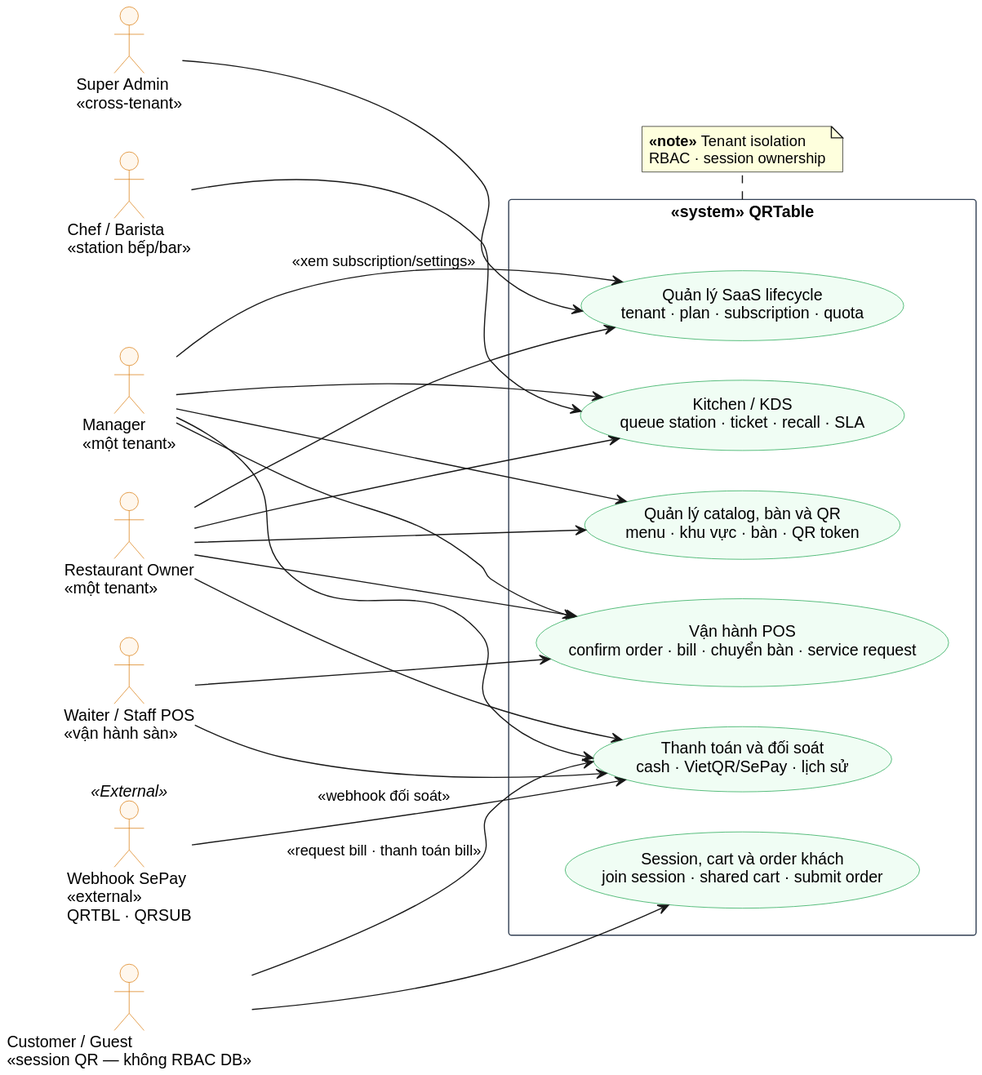
Before: docs/graduation-thesis-resources/thesis-report/assets/figures/chapter3-actor-use-case-overview.svg, a diagram exported from PlantUML (quan-vo-dinh/saas-pos-microservices-qrtable).
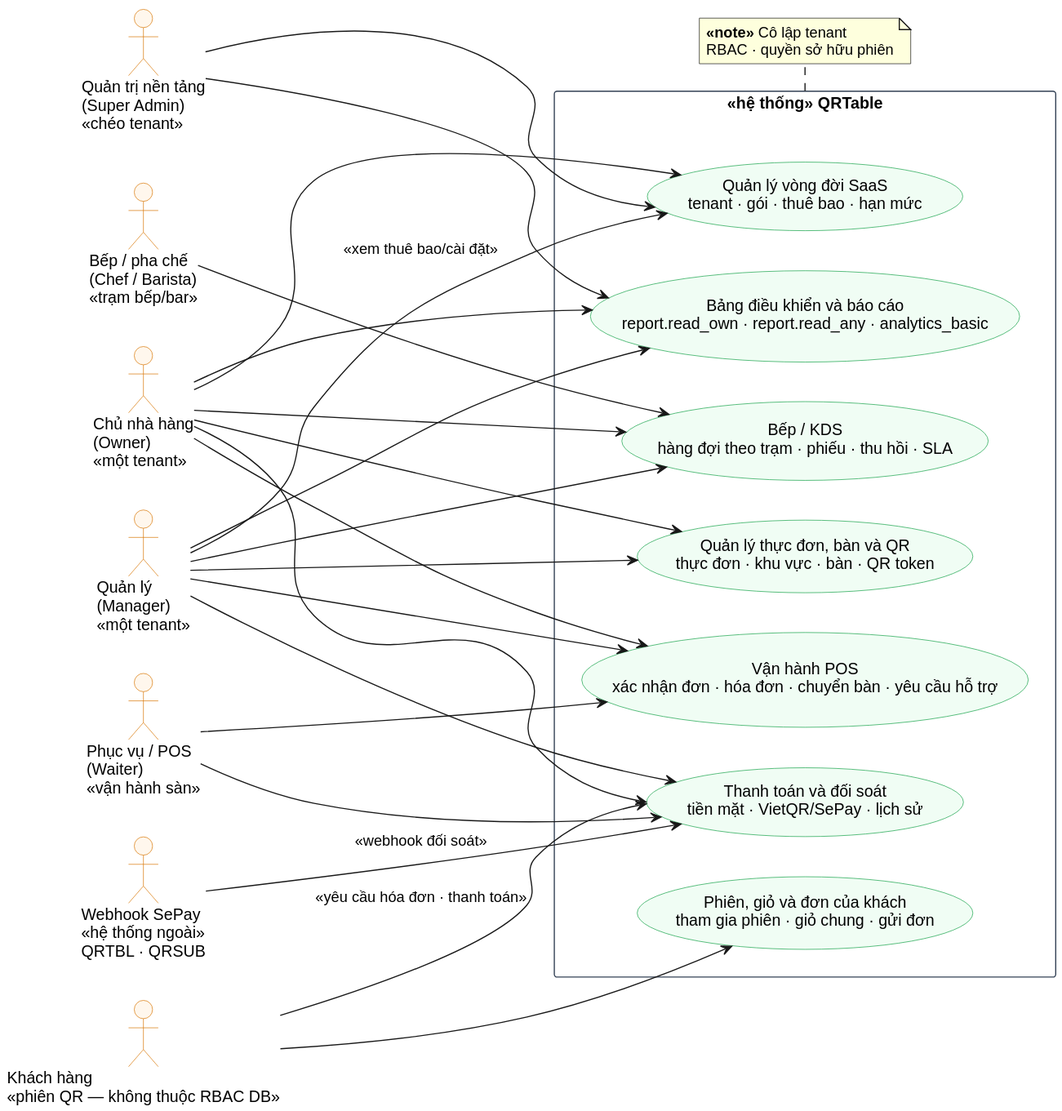
After the commit.

The edit, as a diff of the source:
```diff
@@ -19,37 +19,41 @@
 
 left to right direction
 
-actor "Super Admin\n<<cross-tenant>>" as SuperAdmin
-actor "Restaurant Owner\n<<một tenant>>" as Owner
-actor "Manager\n<<một tenant>>" as Manager
-actor "Waiter / Staff POS\n<<vận hành sàn>>" as Waiter
-actor "Chef / Barista\n<<station bếp/bar>>" as KitchenStaff
+actor "Quản trị nền tảng\n(Super Admin)\n<<chéo tenant>>" as SuperAdmin
+actor "Chủ nhà hàng\n(Owner)\n<<một tenant>>" as Owner
+actor "Quản lý\n(Manager)\n<<một tenant>>" as Manager
+actor "Phục vụ / POS\n(Waiter)\n<<vận hành sàn>>" as Waiter
+actor "Bếp / pha chế\n(Chef / Barista)\n<<trạm bếp/bar>>" as KitchenStaff
 
-rectangle "«system» QRTable" as QRTable {
-  usecase "Quản lý SaaS lifecycle\ntenant · plan · subscription · quota" as UC_Platform
-  usecase "Quản lý catalog, bàn và QR\nmenu · khu vực · bàn · QR token" as UC_Catalog
-  usecase "Session, cart và order khách\njoin session · shared cart · submit order" as UC_Ordering
-  usecase "Vận hành POS\nconfirm order · bill · chuyển bàn · service request" as UC_Pos
-  usecase "Kitchen / KDS\nqueue station · ticket · recall · SLA" as UC_Kds
-  usecase "Thanh toán và đối soát\ncash · VietQR/SePay · lịch sử" as UC_Payment
+rectangle "«hệ thống» QRTable" as QRTable {
+  usecase "Quản lý vòng đời SaaS\ntenant · gói · thuê bao · hạn mức" as UC_Platform
+  usecase "Bảng điều khiển và báo cáo\nreport.read_own · report.read_any · analytics_basic" as UC_Reporting
+  usecase "Quản lý thực đơn, bàn và QR\nthực đơn · khu vực · bàn · QR token" as UC_Catalog
+  usecase "Vận hành POS\nxác nhận đơn · hóa đơn · chuyển bàn · yêu cầu hỗ trợ" as UC_Pos
+  usecase "Bếp / KDS\nhàng đợi theo trạm · phiếu · thu hồi · SLA" as UC_Kds
+  usecase "Thanh toán và đối soát\ntiền mặt · VietQR/SePay · lịch sử" as UC_Payment
+  usecase "Phiên, giỏ và đơn của khách\ntham gia phiên · giỏ chung · gửi đơn" as UC_Ordering
 }
 
-actor "Customer / Guest\n<<session QR — không RBAC DB>>" as Customer
-actor "Webhook SePay\n<<external>>\nQRTBL · QRSUB" as Sepay <<External>>
+actor "Khách hàng\n<<phiên QR — không thuộc RBAC DB>>" as Customer
+actor "Webhook SePay\n<<hệ thống ngoài>>\nQRTBL · QRSUB" as Sepay
 
 SuperAdmin --> UC_Platform
+SuperAdmin --> UC_Reporting
 
 Owner --> UC_Platform
 Owner --> UC_Catalog
 Owner --> UC_Pos
 Owner --> UC_Kds
 Owner --> UC_Payment
+Owner --> UC_Reporting
 
-Manager --> UC_Platform : <<xem subscription/settings>>
+Manager --> UC_Platform : <<xem thuê bao/cài đặt>>
 Manager --> UC_Catalog
 Manager --> UC_Pos
 Manager --> UC_Kds
 Manager --> UC_Payment
+Manager --> UC_Reporting
 
 Waiter --> UC_Pos
 Waiter --> UC_Payment
@@ -57,12 +61,12 @@
 KitchenStaff --> UC_Kds
 
 Customer --> UC_Ordering
-Customer --> UC_Payment : <<request bill · thanh toán bill>>
+Customer --> UC_Payment : <<yêu cầu hóa đơn · thanh toán>>
 
 Sepay --> UC_Payment : <<webhook đối soát>>
 
 note bottom of QRTable
-  **«note»** Tenant isolation
-  RBAC · session ownership
+  **«note»** Cô lập tenant
+  RBAC · quyền sở hữu phiên
 end note
 @enduml
```
